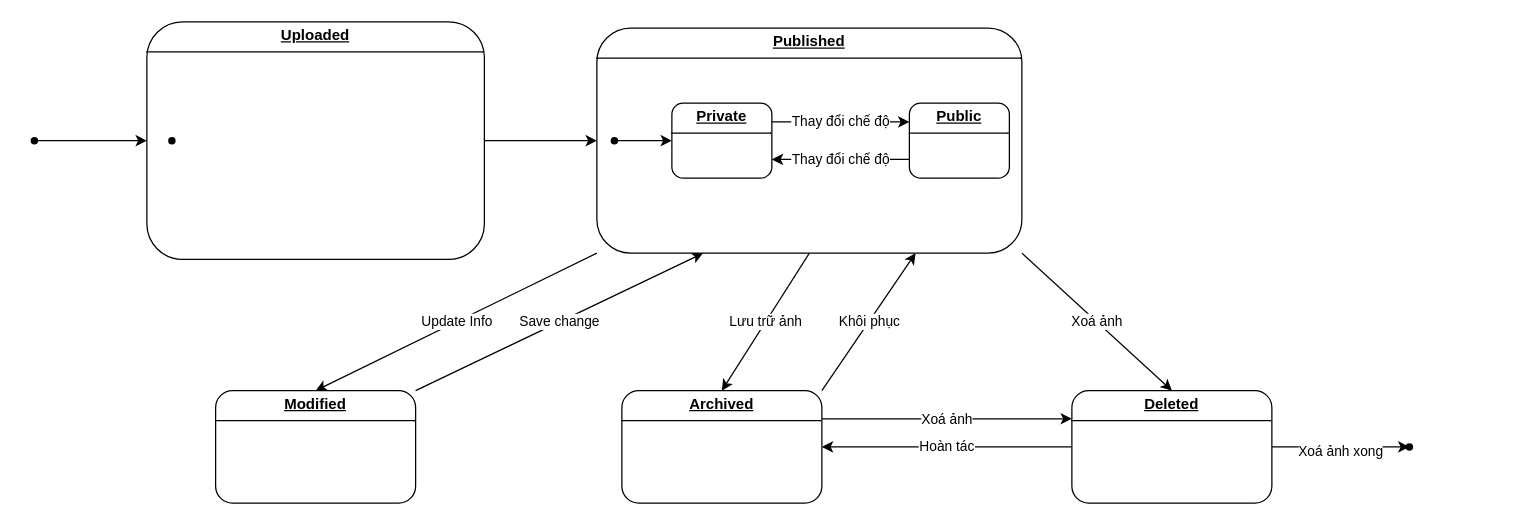
Before: state.drawio in HARKINGS/UML, a draw.io diagram. Source tidied: cells renumbered, new cells numbered last; positions are measured from the earlier drawing's top-left corner, leaving out a move shared by most shapes. Both pictures are drawn from the tidied source at 125%, with x=0, y=0 at pixel (21, 21).
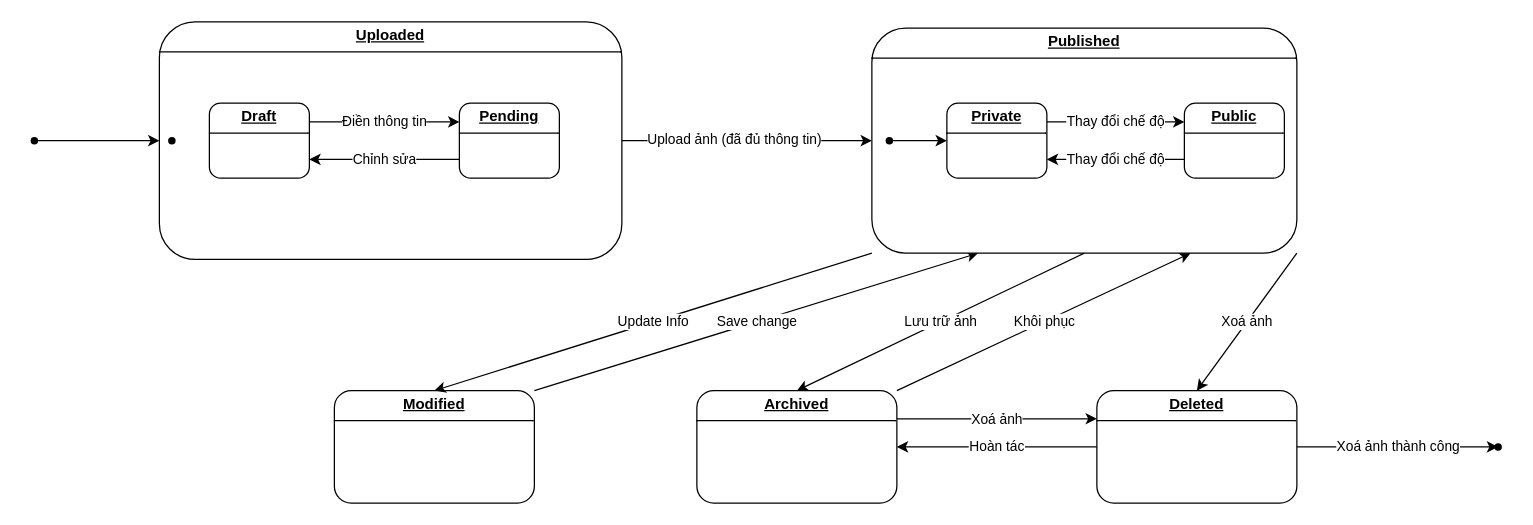
Above is the later version.

Commit message (it also covers changes not shown here):
Cập nhật state.drawio

Unchanged cells that the change refers to:
```xml
<mxCell id="4" style="rounded=0;jettySize=auto;html=1;exitX=1;exitY=0.5;exitDx=0;exitDy=0;entryX=0;entryY=0.5;entryDx=0;entryDy=0;" parent="1" edge="1" source="5" target="15">
  <mxGeometry relative="1" as="geometry" />
</mxCell>
```

Diff of the diagram source:
```diff
@@
+    <mxCell id="29" value="Upload ảnh (đã đủ thông tin)" style="edgeLabel;html=1;align=center;verticalAlign=middle;" parent="4" vertex="1">
+      <mxGeometry x="-0.11" y="2" relative="1" as="geometry" />
+    </mxCell>
     <mxCell id="5" value="&lt;p style=&quot;margin:0px;margin-top:4px;text-align:center;text-decoration:underline;&quot;&gt;&lt;b&gt;Uploaded&lt;/b&gt;&lt;/p&gt;&lt;hr size=&quot;1&quot; style=&quot;border-style:solid;&quot;&gt;&lt;p style=&quot;margin:0px;margin-left:8px;&quot;&gt;&lt;br&gt;&lt;/p&gt;" style="verticalAlign=top;align=left;overflow=fill;html=1;whiteSpace=wrap;rounded=1;" parent="1" vertex="1">
-      <mxGeometry x="100" width="270" height="190" as="geometry" />
+      <mxGeometry x="110" width="370" height="190" as="geometry" />
     </mxCell>
@@
-    <mxCell id="7" style="edgeStyle=orthogonalEdgeStyle;rounded=0;jettySize=auto;html=1;exitDx=0;exitDy=0;" parent="1" edge="1" source="27">
-      <mxGeometry relative="1" as="geometry">
-        <mxPoint x="1110" y="339.5" as="targetPoint" />
-      </mxGeometry>
-    </mxCell>
     <mxCell id="8" value="&lt;p style=&quot;margin:0px;margin-top:4px;text-align:center;text-decoration:underline;&quot;&gt;&lt;b&gt;Deleted&lt;/b&gt;&lt;/p&gt;&lt;hr size=&quot;1&quot; style=&quot;border-style:solid;&quot;&gt;&lt;p style=&quot;margin:0px;margin-left:8px;&quot;&gt;&lt;br&gt;&lt;/p&gt;" style="verticalAlign=top;align=left;overflow=fill;html=1;whiteSpace=wrap;rounded=1;" parent="1" vertex="1">
-      <mxGeometry x="840" y="295" width="160" height="90" as="geometry" />
+      <mxGeometry x="860" y="295" width="160" height="90" as="geometry" />
     </mxCell>
@@
     <mxCell id="10" value="&lt;p style=&quot;margin:0px;margin-top:4px;text-align:center;text-decoration:underline;&quot;&gt;&lt;b&gt;Modified&lt;/b&gt;&lt;/p&gt;&lt;hr size=&quot;1&quot; style=&quot;border-style:solid;&quot;&gt;&lt;p style=&quot;margin:0px;margin-left:8px;&quot;&gt;&lt;br&gt;&lt;/p&gt;" style="verticalAlign=top;align=left;overflow=fill;html=1;whiteSpace=wrap;rounded=1;" parent="1" vertex="1">
-      <mxGeometry x="155" y="295" width="160" height="90" as="geometry" />
+      <mxGeometry x="250" y="295" width="160" height="90" as="geometry" />
     </mxCell>
@@
     <mxCell id="13" value="&lt;p style=&quot;margin:0px;margin-top:4px;text-align:center;text-decoration:underline;&quot;&gt;&lt;b&gt;Archived&lt;/b&gt;&lt;/p&gt;&lt;hr size=&quot;1&quot; style=&quot;border-style:solid;&quot;&gt;&lt;p style=&quot;margin:0px;margin-left:8px;&quot;&gt;&lt;br&gt;&lt;/p&gt;" style="verticalAlign=top;align=left;overflow=fill;html=1;whiteSpace=wrap;rounded=1;" parent="1" vertex="1">
-      <mxGeometry x="480" y="295" width="160" height="90" as="geometry" />
+      <mxGeometry x="540" y="295" width="160" height="90" as="geometry" />
     </mxCell>
     <mxCell id="14" style="group;" parent="1" vertex="1">
-      <mxGeometry x="460" y="5" width="340" height="180" as="geometry" />
+      <mxGeometry x="680" y="5" width="340" height="180" as="geometry" />
     </mxCell>
@@
-    <mxCell id="25" style="edgeStyle=orthogonalEdgeStyle;rounded=0;jettySize=auto;html=1;exitX=1;exitY=0.5;exitDx=0;exitDy=0;" parent="1" edge="1" source="8" target="27">
-      <mxGeometry relative="1" as="geometry" />
-    </mxCell>
-    <mxCell id="26" value="Xoá ảnh xong" style="edgeLabel;html=1;align=center;verticalAlign=middle;" parent="25" vertex="1">
-      <mxGeometry x="-0.01" y="-3" relative="1" as="geometry" />
-    </mxCell>
     <mxCell id="27" style="shape=waypoint;sketch=0;fillStyle=solid;size=6;points=[];fillColor=none;perimeter=centerPerimeter;snapToPoint=1;" parent="1" vertex="1">
-      <mxGeometry x="1100" y="330" width="20" height="20" as="geometry" />
+      <mxGeometry x="1171" y="330" width="20" height="20" as="geometry" />
     </mxCell>
@@
+    <mxCell id="30" value="Điền thông tin" style="rounded=0;jettySize=auto;html=1;exitX=1;exitY=0.25;exitDx=0;exitDy=0;entryX=0;entryY=0.25;entryDx=0;entryDy=0;" parent="1" edge="1" source="31" target="33">
+      <mxGeometry relative="1" as="geometry" />
+    </mxCell>
+    <mxCell id="31" value="&lt;p style=&quot;margin:0px;margin-top:4px;text-align:center;text-decoration:underline;&quot;&gt;&lt;b&gt;Draft&lt;/b&gt;&lt;/p&gt;&lt;hr size=&quot;1&quot; style=&quot;border-style:solid;&quot;&gt;&lt;p style=&quot;margin:0px;margin-left:8px;&quot;&gt;&lt;br&gt;&lt;/p&gt;" style="verticalAlign=top;align=left;overflow=fill;html=1;whiteSpace=wrap;rounded=1;" parent="1" vertex="1">
+      <mxGeometry x="150" y="65" width="80" height="60" as="geometry" />
+    </mxCell>
+    <mxCell id="25" value="Xoá ảnh thành công" style="edgeStyle=orthogonalEdgeStyle;rounded=0;jettySize=auto;html=1;exitX=1;exitY=0.5;exitDx=0;exitDy=0;entryX=0.259;entryY=0.759;entryDx=0;entryDy=0;entryPerimeter=0;" parent="1" edge="1" source="8" target="27">
+      <mxGeometry relative="1" as="geometry" />
+    </mxCell>
+    <mxCell id="32" value="Chỉnh sửa" style="rounded=0;jettySize=auto;html=1;exitX=0;exitY=0.75;exitDx=0;exitDy=0;entryX=1;entryY=0.75;entryDx=0;entryDy=0;" parent="1" edge="1" source="33" target="31">
+      <mxGeometry relative="1" as="geometry" />
+    </mxCell>
+    <mxCell id="33" value="&lt;p style=&quot;margin:0px;margin-top:4px;text-align:center;text-decoration:underline;&quot;&gt;&lt;b&gt;Pending&lt;/b&gt;&lt;/p&gt;&lt;hr size=&quot;1&quot; style=&quot;border-style:solid;&quot;&gt;&lt;p style=&quot;margin:0px;margin-left:8px;&quot;&gt;&lt;br&gt;&lt;/p&gt;" style="verticalAlign=top;align=left;overflow=fill;html=1;whiteSpace=wrap;rounded=1;" parent="1" vertex="1">
+      <mxGeometry x="350" y="65" width="80" height="60" as="geometry" />
+    </mxCell>
```
